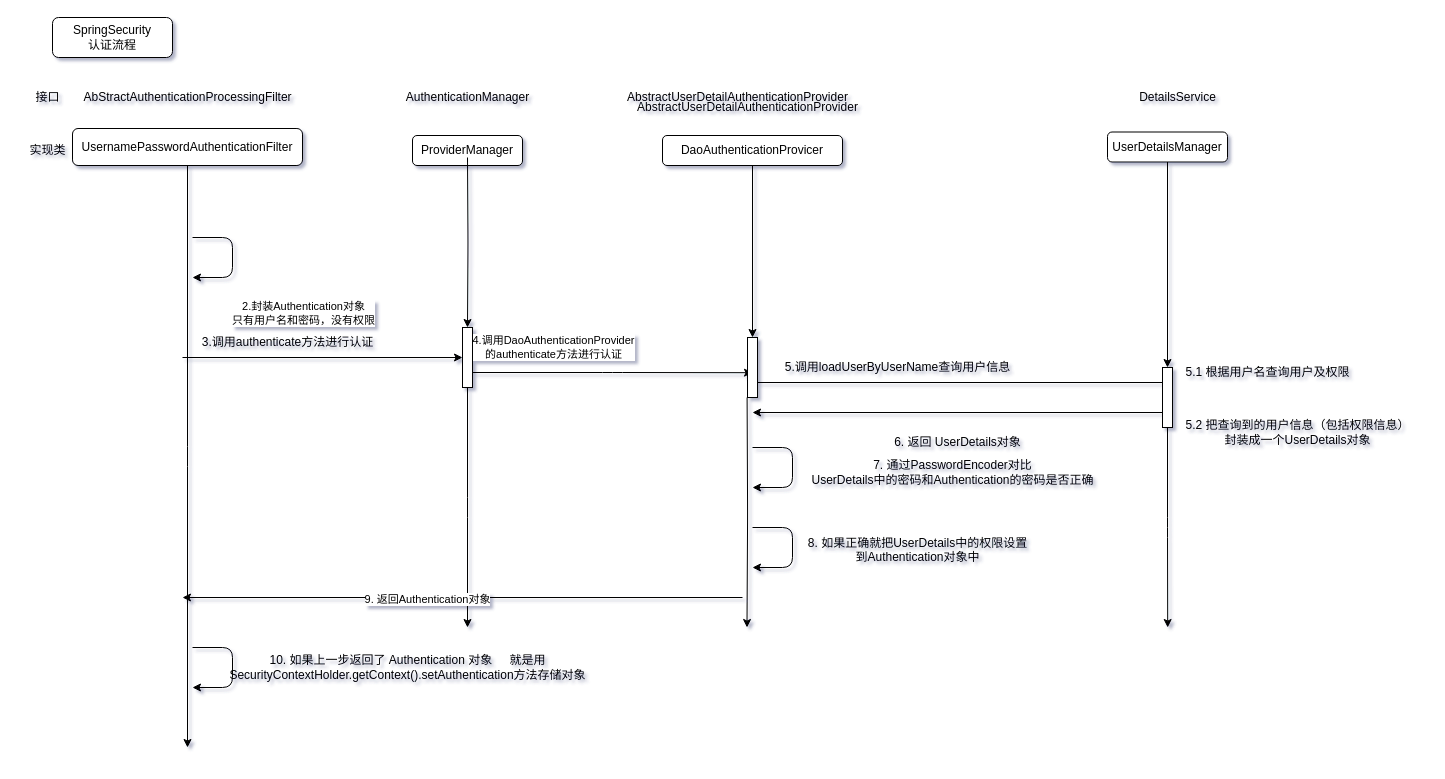
Earlier version of the draw.io diagram SpringSecurity.drawio (lixi47/java--). Source tidied: cells renumbered, new cells numbered last; positions are measured from the earlier drawing's top-left corner, leaving out a move shared by most shapes. Both pictures are drawn from the tidied source at 100%, with x=0, y=0 at pixel (17, 17).
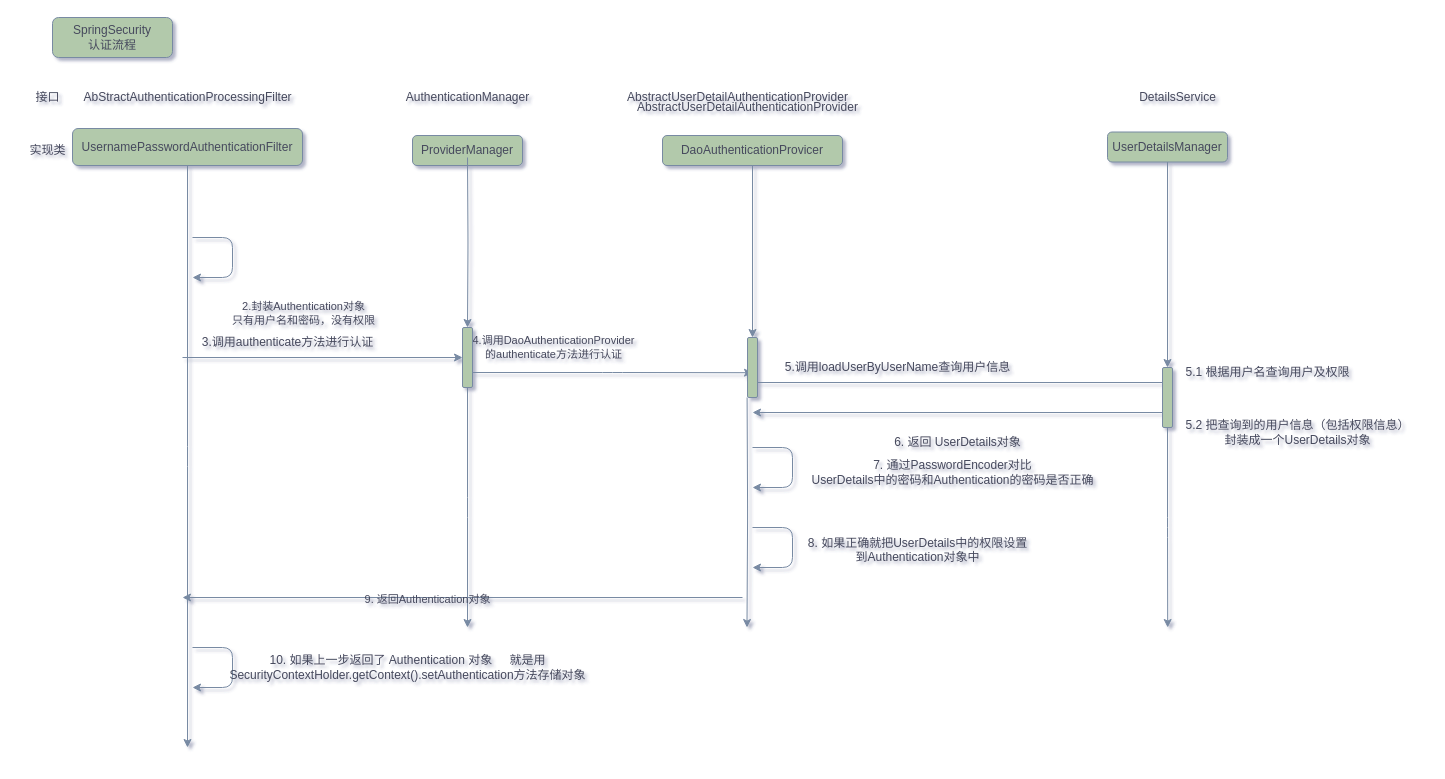
After the change.

What changed in the source:
```diff
@@
-    <mxCell id="2" value="SpringSecurity&lt;div&gt;认证流程&lt;/div&gt;" style="rounded=1;whiteSpace=wrap;html=1;fontSize=12;glass=0;strokeWidth=1;shadow=0;" parent="1" vertex="1">
+    <mxCell id="2" value="SpringSecurity&lt;div&gt;认证流程&lt;/div&gt;" style="rounded=1;whiteSpace=wrap;html=1;fontSize=12;glass=0;strokeWidth=1;shadow=0;labelBackgroundColor=none;fillColor=#B2C9AB;strokeColor=#788AA3;fontColor=#46495D;" parent="1" vertex="1">
       <mxGeometry x="35" width="120" height="40" as="geometry" />
     </mxCell>
-    <mxCell id="3" value="接口" style="text;html=1;align=center;verticalAlign=middle;strokeColor=none;fillColor=none;rounded=1;" parent="1" vertex="1">
+    <mxCell id="3" value="接口" style="text;html=1;align=center;verticalAlign=middle;strokeColor=none;fillColor=none;rounded=1;labelBackgroundColor=none;fontColor=#46495D;" parent="1" vertex="1">
       <mxGeometry x="5" y="65" width="50" height="30" as="geometry" />
     </mxCell>
-    <mxCell id="4" value="AbStractAuthenticationProcessingFilter" style="text;html=1;align=center;verticalAlign=middle;strokeColor=none;fillColor=none;rounded=1;" parent="1" vertex="1">
+    <mxCell id="4" value="AbStractAuthenticationProcessingFilter" style="text;html=1;align=center;verticalAlign=middle;strokeColor=none;fillColor=none;rounded=1;labelBackgroundColor=none;fontColor=#46495D;" parent="1" vertex="1">
       <mxGeometry x="55" y="65" width="230" height="30" as="geometry" />
     </mxCell>
-    <mxCell id="5" value="实现类" style="text;html=1;align=center;verticalAlign=middle;strokeColor=none;fillColor=none;rounded=1;" parent="1" vertex="1">
+    <mxCell id="5" value="实现类" style="text;html=1;align=center;verticalAlign=middle;strokeColor=none;fillColor=none;rounded=1;labelBackgroundColor=none;fontColor=#46495D;" parent="1" vertex="1">
       <mxGeometry y="118" width="60" height="30" as="geometry" />
     </mxCell>
-    <mxCell id="6" style="edgeStyle=orthogonalEdgeStyle;rounded=1;jettySize=auto;html=1;" parent="1" edge="1" source="8">
+    <mxCell id="6" style="edgeStyle=orthogonalEdgeStyle;rounded=1;jettySize=auto;html=1;labelBackgroundColor=none;fontColor=default;strokeColor=#788AA3;" parent="1" edge="1" source="8">
       <mxGeometry relative="1" as="geometry">
         <mxPoint x="170" y="730" as="targetPoint" />
       </mxGeometry>
     </mxCell>
-    <mxCell id="7" value="2.封装Authentication对象&lt;div&gt;只有用户名和密码，没有权限&lt;/div&gt;" style="edgeLabel;html=1;align=center;verticalAlign=middle;rounded=1;" parent="6" vertex="1">
+    <mxCell id="7" value="2.封装Authentication对象&lt;div&gt;只有用户名和密码，没有权限&lt;/div&gt;" style="edgeLabel;html=1;align=center;verticalAlign=middle;rounded=1;labelBackgroundColor=none;fontColor=#46495D;" parent="6" vertex="1">
       <mxGeometry x="-0.51" y="1" relative="1" as="geometry">
         <mxPoint x="114" y="4" as="offset" />
       </mxGeometry>
     </mxCell>
-    <mxCell id="8" value="UsernamePasswordAuthenticationFilter" style="whiteSpace=wrap;html=1;rounded=1;" parent="1" vertex="1">
+    <mxCell id="8" value="UsernamePasswordAuthenticationFilter" style="whiteSpace=wrap;html=1;rounded=1;labelBackgroundColor=none;fillColor=#B2C9AB;strokeColor=#788AA3;fontColor=#46495D;" parent="1" vertex="1">
       <mxGeometry x="55" y="111" width="230" height="37" as="geometry" />
     </mxCell>
-    <mxCell id="9" value="AuthenticationManager" style="text;html=1;align=center;verticalAlign=middle;strokeColor=none;fillColor=none;rounded=1;" parent="1" vertex="1">
+    <mxCell id="9" value="AuthenticationManager" style="text;html=1;align=center;verticalAlign=middle;strokeColor=none;fillColor=none;rounded=1;labelBackgroundColor=none;fontColor=#46495D;" parent="1" vertex="1">
       <mxGeometry x="375" y="65" width="150" height="30" as="geometry" />
     </mxCell>
-    <mxCell id="10" style="edgeStyle=orthogonalEdgeStyle;rounded=1;jettySize=auto;html=1;" parent="1" edge="1" source="17">
+    <mxCell id="10" style="edgeStyle=orthogonalEdgeStyle;rounded=1;jettySize=auto;html=1;labelBackgroundColor=none;fontColor=default;strokeColor=#788AA3;" parent="1" edge="1" source="17">
       <mxGeometry relative="1" as="geometry">
         <mxPoint x="450" y="610" as="targetPoint" />
       </mxGeometry>
     </mxCell>
-    <mxCell id="11" value="ProviderManager" style="whiteSpace=wrap;html=1;rounded=1;" parent="1" vertex="1">
+    <mxCell id="11" value="ProviderManager" style="whiteSpace=wrap;html=1;rounded=1;labelBackgroundColor=none;fillColor=#B2C9AB;strokeColor=#788AA3;fontColor=#46495D;" parent="1" vertex="1">
       <mxGeometry x="395" y="118" width="110" height="30" as="geometry" />
     </mxCell>
-    <mxCell id="12" style="endArrow=classic;html=1;rounded=1;" parent="1" edge="1">
+    <mxCell id="12" style="endArrow=classic;html=1;rounded=1;labelBackgroundColor=none;fontColor=default;strokeColor=#788AA3;" parent="1" edge="1">
       <mxGeometry relative="1" as="geometry">
         <mxPoint x="175" y="220" as="sourcePoint" />
         <mxPoint x="175" y="260" as="targetPoint" />
         <Array as="points">
           <mxPoint x="215" y="220" />
           <mxPoint x="215" y="260" />
         </Array>
       </mxGeometry>
     </mxCell>
-    <mxCell id="13" style="endArrow=classic;html=1;rounded=1;entryX=0;entryY=0.5;entryDx=0;entryDy=0;" parent="1" edge="1" target="17">
+    <mxCell id="13" style="endArrow=classic;html=1;rounded=1;entryX=0;entryY=0.5;entryDx=0;entryDy=0;labelBackgroundColor=none;fontColor=default;strokeColor=#788AA3;" parent="1" edge="1" target="17">
       <mxGeometry relative="1" as="geometry">
         <mxPoint x="165" y="340" as="sourcePoint" />
       </mxGeometry>
     </mxCell>
-    <mxCell id="14" style="edgeStyle=orthogonalEdgeStyle;rounded=1;jettySize=auto;html=1;" parent="1" edge="1" target="17">
+    <mxCell id="14" style="edgeStyle=orthogonalEdgeStyle;rounded=1;jettySize=auto;html=1;labelBackgroundColor=none;fontColor=default;strokeColor=#788AA3;" parent="1" edge="1" target="17">
       <mxGeometry relative="1" as="geometry">
         <mxPoint x="450" y="140" as="sourcePoint" />
       </mxGeometry>
     </mxCell>
-    <mxCell id="15" value="4.调用DaoAuthenticationProvider&lt;div&gt;的authenticate方法进行认证&lt;/div&gt;" style="edgeLabel;html=1;align=center;verticalAlign=middle;rounded=1;" parent="14" vertex="1">
+    <mxCell id="15" value="4.调用DaoAuthenticationProvider&lt;div&gt;的authenticate方法进行认证&lt;/div&gt;" style="edgeLabel;html=1;align=center;verticalAlign=middle;rounded=1;labelBackgroundColor=none;fontColor=#46495D;" parent="14" vertex="1">
       <mxGeometry x="-0.44" y="1" relative="1" as="geometry">
         <mxPoint x="84" y="142" as="offset" />
       </mxGeometry>
     </mxCell>
-    <mxCell id="16" style="edgeStyle=orthogonalEdgeStyle;rounded=1;jettySize=auto;html=1;exitX=1;exitY=0.75;exitDx=0;exitDy=0;" parent="1" edge="1" source="17">
+    <mxCell id="16" style="edgeStyle=orthogonalEdgeStyle;rounded=1;jettySize=auto;html=1;exitX=1;exitY=0.75;exitDx=0;exitDy=0;labelBackgroundColor=none;fontColor=default;strokeColor=#788AA3;" parent="1" edge="1" source="17">
       <mxGeometry relative="1" as="geometry">
         <mxPoint x="735" y="355.2" as="targetPoint" />
       </mxGeometry>
     </mxCell>
-    <mxCell id="17" style="rounded=0;whiteSpace=wrap;html=1;" parent="1" vertex="1">
+    <mxCell id="17" style="rounded=1;whiteSpace=wrap;html=1;labelBackgroundColor=none;fillColor=#B2C9AB;strokeColor=#788AA3;fontColor=#46495D;" parent="1" vertex="1">
       <mxGeometry x="445" y="310" width="10" height="60" as="geometry" />
     </mxCell>
-    <mxCell id="18" value="3.调用authenticate方法进行认证" style="text;html=1;align=center;verticalAlign=middle;strokeColor=none;fillColor=none;" parent="1" vertex="1">
+    <mxCell id="18" value="3.调用authenticate方法进行认证" style="text;html=1;align=center;verticalAlign=middle;strokeColor=none;fillColor=none;labelBackgroundColor=none;fontColor=#46495D;rounded=1;" parent="1" vertex="1">
       <mxGeometry x="175" y="310" width="190" height="30" as="geometry" />
     </mxCell>
-    <mxCell id="19" value="AbstractUserDetailAuthenticationProvider" style="text;html=1;align=center;verticalAlign=middle;strokeColor=none;fillColor=none;" parent="1" vertex="1">
+    <mxCell id="19" value="AbstractUserDetailAuthenticationProvider" style="text;html=1;align=center;verticalAlign=middle;strokeColor=none;fillColor=none;labelBackgroundColor=none;fontColor=#46495D;rounded=1;" parent="1" vertex="1">
       <mxGeometry x="600" y="65" width="240" height="30" as="geometry" />
     </mxCell>
-    <mxCell id="20" style="edgeStyle=orthogonalEdgeStyle;rounded=1;orthogonalLoop=1;jettySize=auto;html=1;" parent="1" edge="1">
+    <mxCell id="20" style="edgeStyle=orthogonalEdgeStyle;rounded=1;orthogonalLoop=1;jettySize=auto;html=1;labelBackgroundColor=none;fontColor=default;strokeColor=#788AA3;" parent="1" edge="1">
       <mxGeometry relative="1" as="geometry">
         <mxPoint x="729.6" y="380" as="sourcePoint" />
         <mxPoint x="729.5" y="610" as="targetPoint" />
       </mxGeometry>
     </mxCell>
-    <mxCell id="21" value="DaoAuthenticationProvicer" style="whiteSpace=wrap;html=1;rounded=1;" parent="1" vertex="1">
+    <mxCell id="21" value="DaoAuthenticationProvicer" style="whiteSpace=wrap;html=1;rounded=1;labelBackgroundColor=none;fillColor=#B2C9AB;strokeColor=#788AA3;fontColor=#46495D;" parent="1" vertex="1">
       <mxGeometry x="645" y="118" width="180" height="30" as="geometry" />
     </mxCell>
-    <mxCell id="22" style="edgeStyle=orthogonalEdgeStyle;rounded=1;jettySize=auto;html=1;" parent="1" edge="1" source="21" target="24">
+    <mxCell id="22" style="edgeStyle=orthogonalEdgeStyle;rounded=1;jettySize=auto;html=1;labelBackgroundColor=none;fontColor=default;strokeColor=#788AA3;" parent="1" edge="1" source="21" target="24">
       <mxGeometry relative="1" as="geometry" />
     </mxCell>
-    <mxCell id="23" style="edgeStyle=orthogonalEdgeStyle;rounded=1;jettySize=auto;html=1;exitX=1;exitY=0.75;exitDx=0;exitDy=0;" parent="1" edge="1" source="24">
+    <mxCell id="23" style="edgeStyle=orthogonalEdgeStyle;rounded=1;jettySize=auto;html=1;exitX=1;exitY=0.75;exitDx=0;exitDy=0;labelBackgroundColor=none;fontColor=default;strokeColor=#788AA3;" parent="1" edge="1" source="24">
       <mxGeometry relative="1" as="geometry">
         <mxPoint x="1155" y="365" as="targetPoint" />
       </mxGeometry>
     </mxCell>
-    <mxCell id="24" style="rounded=0;whiteSpace=wrap;html=1;" parent="1" vertex="1">
+    <mxCell id="24" style="rounded=1;whiteSpace=wrap;html=1;labelBackgroundColor=none;fillColor=#B2C9AB;strokeColor=#788AA3;fontColor=#46495D;" parent="1" vertex="1">
       <mxGeometry x="730" y="320" width="10" height="60" as="geometry" />
     </mxCell>
-    <mxCell id="25" value="5.调用loadUserByUserName查询用户信息" style="text;html=1;align=center;verticalAlign=middle;strokeColor=none;fillColor=none;" parent="1" vertex="1">
+    <mxCell id="25" value="5.调用loadUserByUserName查询用户信息" style="text;html=1;align=center;verticalAlign=middle;strokeColor=none;fillColor=none;labelBackgroundColor=none;fontColor=#46495D;rounded=1;" parent="1" vertex="1">
       <mxGeometry x="755" y="335" width="250" height="30" as="geometry" />
     </mxCell>
-    <mxCell id="26" value="DetailsService" style="text;html=1;align=center;verticalAlign=middle;strokeColor=none;fillColor=none;" parent="1" vertex="1">
+    <mxCell id="26" value="DetailsService" style="text;html=1;align=center;verticalAlign=middle;strokeColor=none;fillColor=none;labelBackgroundColor=none;fontColor=#46495D;rounded=1;" parent="1" vertex="1">
       <mxGeometry x="1110" y="65" width="100" height="30" as="geometry" />
     </mxCell>
-    <mxCell id="27" style="edgeStyle=orthogonalEdgeStyle;rounded=1;jettySize=auto;html=1;exitX=0.5;exitY=1;exitDx=0;exitDy=0;" parent="1" edge="1" source="32">
+    <mxCell id="27" style="edgeStyle=orthogonalEdgeStyle;rounded=1;jettySize=auto;html=1;exitX=0.5;exitY=1;exitDx=0;exitDy=0;labelBackgroundColor=none;fontColor=default;strokeColor=#788AA3;" parent="1" edge="1" source="32">
       <mxGeometry relative="1" as="geometry">
         <mxPoint x="1150.2" y="610" as="targetPoint" />
       </mxGeometry>
     </mxCell>
-    <mxCell id="28" value="UserDetailsManager" style="whiteSpace=wrap;html=1;rounded=1;" parent="1" vertex="1">
+    <mxCell id="28" value="UserDetailsManager" style="whiteSpace=wrap;html=1;rounded=1;labelBackgroundColor=none;fillColor=#B2C9AB;strokeColor=#788AA3;fontColor=#46495D;" parent="1" vertex="1">
       <mxGeometry x="1090" y="114.5" width="120" height="30" as="geometry" />
     </mxCell>
-    <mxCell id="29" value="AbstractUserDetailAuthenticationProvider" style="text;html=1;align=center;verticalAlign=middle;strokeColor=none;fillColor=none;" parent="1" vertex="1">
+    <mxCell id="29" value="AbstractUserDetailAuthenticationProvider" style="text;html=1;align=center;verticalAlign=middle;strokeColor=none;fillColor=none;labelBackgroundColor=none;fontColor=#46495D;rounded=1;" parent="1" vertex="1">
       <mxGeometry x="610" y="75" width="240" height="30" as="geometry" />
     </mxCell>
-    <mxCell id="30" style="edgeStyle=orthogonalEdgeStyle;rounded=1;jettySize=auto;html=1;exitX=0.5;exitY=1;exitDx=0;exitDy=0;" parent="1" edge="1" source="28" target="32">
+    <mxCell id="30" style="edgeStyle=orthogonalEdgeStyle;rounded=1;jettySize=auto;html=1;exitX=0.5;exitY=1;exitDx=0;exitDy=0;labelBackgroundColor=none;fontColor=default;strokeColor=#788AA3;" parent="1" edge="1" source="28" target="32">
       <mxGeometry relative="1" as="geometry" />
     </mxCell>
-    <mxCell id="31" style="edgeStyle=orthogonalEdgeStyle;rounded=1;jettySize=auto;html=1;exitX=0;exitY=0.75;exitDx=0;exitDy=0;" parent="1" edge="1" source="32">
+    <mxCell id="31" style="edgeStyle=orthogonalEdgeStyle;rounded=1;jettySize=auto;html=1;exitX=0;exitY=0.75;exitDx=0;exitDy=0;labelBackgroundColor=none;fontColor=default;strokeColor=#788AA3;" parent="1" edge="1" source="32">
       <mxGeometry relative="1" as="geometry">
         <mxPoint x="735" y="395" as="targetPoint" />
       </mxGeometry>
     </mxCell>
-    <mxCell id="32" style="rounded=0;whiteSpace=wrap;html=1;" parent="1" vertex="1">
+    <mxCell id="32" style="rounded=1;whiteSpace=wrap;html=1;labelBackgroundColor=none;fillColor=#B2C9AB;strokeColor=#788AA3;fontColor=#46495D;" parent="1" vertex="1">
       <mxGeometry x="1145" y="350" width="10" height="60" as="geometry" />
     </mxCell>
-    <mxCell id="33" value="5.1 根据用户名查询用户及权限" style="text;html=1;align=center;verticalAlign=middle;strokeColor=none;fillColor=none;" parent="1" vertex="1">
+    <mxCell id="33" value="5.1 根据用户名查询用户及权限" style="text;html=1;align=center;verticalAlign=middle;strokeColor=none;fillColor=none;labelBackgroundColor=none;fontColor=#46495D;rounded=1;" parent="1" vertex="1">
       <mxGeometry x="1155" y="340" width="190" height="30" as="geometry" />
     </mxCell>
-    <mxCell id="34" value="5.2 把查询到的用户信息（包括权限信息）&lt;div&gt;封装成一个UserDetails对象&lt;/div&gt;" style="text;html=1;align=center;verticalAlign=middle;strokeColor=none;fillColor=none;" parent="1" vertex="1">
+    <mxCell id="34" value="5.2 把查询到的用户信息（包括权限信息）&lt;div&gt;封装成一个UserDetails对象&lt;/div&gt;" style="text;html=1;align=center;verticalAlign=middle;strokeColor=none;fillColor=none;labelBackgroundColor=none;fontColor=#46495D;rounded=1;" parent="1" vertex="1">
       <mxGeometry x="1155" y="395" width="250" height="40" as="geometry" />
     </mxCell>
-    <mxCell id="35" value="6. 返回 UserDetails对象" style="text;html=1;align=center;verticalAlign=middle;strokeColor=none;fillColor=none;" parent="1" vertex="1">
+    <mxCell id="35" value="6. 返回 UserDetails对象" style="text;html=1;align=center;verticalAlign=middle;strokeColor=none;fillColor=none;labelBackgroundColor=none;fontColor=#46495D;rounded=1;" parent="1" vertex="1">
       <mxGeometry x="865" y="410" width="150" height="30" as="geometry" />
     </mxCell>
-    <mxCell id="36" style="endArrow=classic;html=1;rounded=1;" parent="1" edge="1">
+    <mxCell id="36" style="endArrow=classic;html=1;rounded=1;labelBackgroundColor=none;fontColor=default;strokeColor=#788AA3;" parent="1" edge="1">
       <mxGeometry relative="1" as="geometry">
         <mxPoint x="735" y="430" as="sourcePoint" />
         <mxPoint x="735" y="470" as="targetPoint" />
         <Array as="points">
           <mxPoint x="775" y="430" />
           <mxPoint x="775" y="470" />
         </Array>
       </mxGeometry>
     </mxCell>
-    <mxCell id="37" value="7. 通过PasswordEncoder对比&lt;div&gt;UserDetails中的密码和Authentication的密码是否正确&lt;/div&gt;" style="text;html=1;align=center;verticalAlign=middle;strokeColor=none;fillColor=none;" parent="1" vertex="1">
+    <mxCell id="37" value="7. 通过PasswordEncoder对比&lt;div&gt;UserDetails中的密码和Authentication的密码是否正确&lt;/div&gt;" style="text;html=1;align=center;verticalAlign=middle;strokeColor=none;fillColor=none;labelBackgroundColor=none;fontColor=#46495D;rounded=1;" parent="1" vertex="1">
       <mxGeometry x="780" y="435" width="310" height="40" as="geometry" />
     </mxCell>
-    <mxCell id="38" style="endArrow=classic;html=1;rounded=1;" parent="1" edge="1">
+    <mxCell id="38" style="endArrow=classic;html=1;rounded=1;labelBackgroundColor=none;fontColor=default;strokeColor=#788AA3;" parent="1" edge="1">
       <mxGeometry relative="1" as="geometry">
         <mxPoint x="735" y="510" as="sourcePoint" />
         <mxPoint x="735" y="550" as="targetPoint" />
         <Array as="points">
           <mxPoint x="775" y="510" />
           <mxPoint x="775" y="550" />
         </Array>
       </mxGeometry>
     </mxCell>
-    <mxCell id="39" value="8. 如果正确就把UserDetails中的权限设置&lt;br&gt;到Authentication对象中&lt;div&gt;&lt;br&gt;&lt;/div&gt;" style="text;html=1;align=center;verticalAlign=middle;strokeColor=none;fillColor=none;" parent="1" vertex="1">
+    <mxCell id="39" value="8. 如果正确就把UserDetails中的权限设置&lt;br&gt;到Authentication对象中&lt;div&gt;&lt;br&gt;&lt;/div&gt;" style="text;html=1;align=center;verticalAlign=middle;strokeColor=none;fillColor=none;labelBackgroundColor=none;fontColor=#46495D;rounded=1;" parent="1" vertex="1">
       <mxGeometry x="780" y="510" width="240" height="60" as="geometry" />
     </mxCell>
-    <mxCell id="40" style="endArrow=classic;html=1;rounded=1;" parent="1" edge="1">
+    <mxCell id="40" style="endArrow=classic;html=1;rounded=1;labelBackgroundColor=none;fontColor=default;strokeColor=#788AA3;" parent="1" edge="1">
       <mxGeometry relative="1" as="geometry">
         <mxPoint x="725" y="580" as="sourcePoint" />
         <mxPoint x="165" y="580" as="targetPoint" />
       </mxGeometry>
     </mxCell>
-    <mxCell id="41" value="9. 返回Authentication对象" style="edgeLabel;html=1;align=center;verticalAlign=middle;rounded=1;" parent="40" vertex="1">
+    <mxCell id="41" value="9. 返回Authentication对象" style="edgeLabel;html=1;align=center;verticalAlign=middle;rounded=1;labelBackgroundColor=none;fontColor=#46495D;" parent="40" vertex="1">
       <mxGeometry x="0.13" y="1" relative="1" as="geometry" />
     </mxCell>
-    <mxCell id="42" style="endArrow=classic;html=1;rounded=1;" parent="1" edge="1">
+    <mxCell id="42" style="endArrow=classic;html=1;rounded=1;labelBackgroundColor=none;fontColor=default;strokeColor=#788AA3;" parent="1" edge="1">
       <mxGeometry relative="1" as="geometry">
         <mxPoint x="175" y="630" as="sourcePoint" />
         <mxPoint x="175" y="670" as="targetPoint" />
         <Array as="points">
           <mxPoint x="215" y="630" />
           <mxPoint x="215" y="670" />
         </Array>
       </mxGeometry>
     </mxCell>
-    <mxCell id="43" value="10. 如果上一步返回了 Authentication 对象&lt;span style=&quot;white-space: pre;&quot;&gt;&#9;&lt;/span&gt;就是用&lt;br&gt;SecurityContextHolder.getContext().setAuthentication方法存储对象" style="text;html=1;align=center;verticalAlign=middle;strokeColor=none;fillColor=none;" parent="1" vertex="1">
+    <mxCell id="43" value="10. 如果上一步返回了 Authentication 对象&lt;span style=&quot;white-space: pre;&quot;&gt;&#9;&lt;/span&gt;就是用&lt;br&gt;SecurityContextHolder.getContext().setAuthentication方法存储对象" style="text;html=1;align=center;verticalAlign=middle;strokeColor=none;fillColor=none;labelBackgroundColor=none;fontColor=#46495D;rounded=1;" parent="1" vertex="1">
       <mxGeometry x="200" y="630" width="380" height="40" as="geometry" />
     </mxCell>
```
